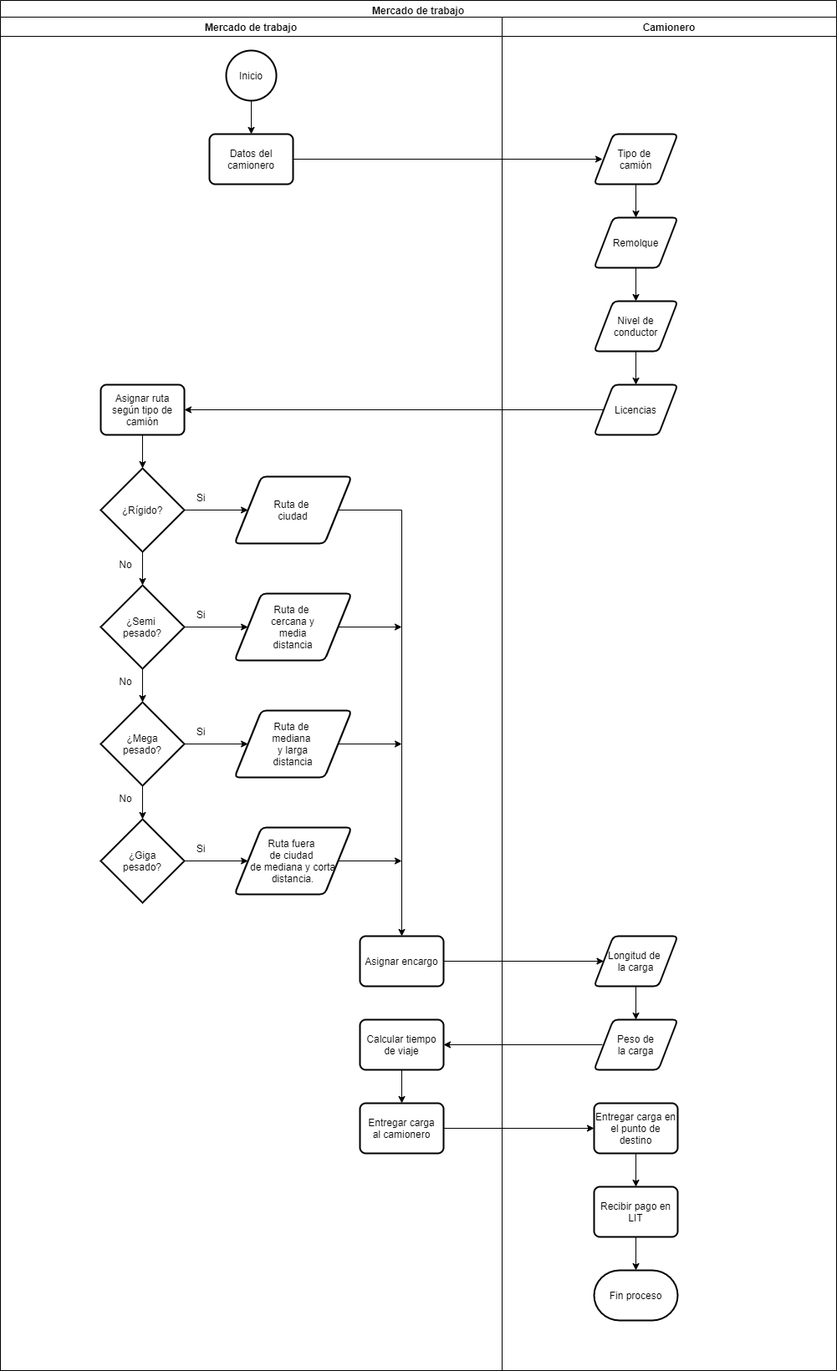
The draw.io diagram MercadoDeTrabajo.png in JuanLuisCorrea/Diagramas-de-flujo-para-servicios---WoT, before a commit. Source tidied: cells renumbered, new cells last; positions are measured from the earlier drawing's top-left corner, leaving out a move shared by most shapes.
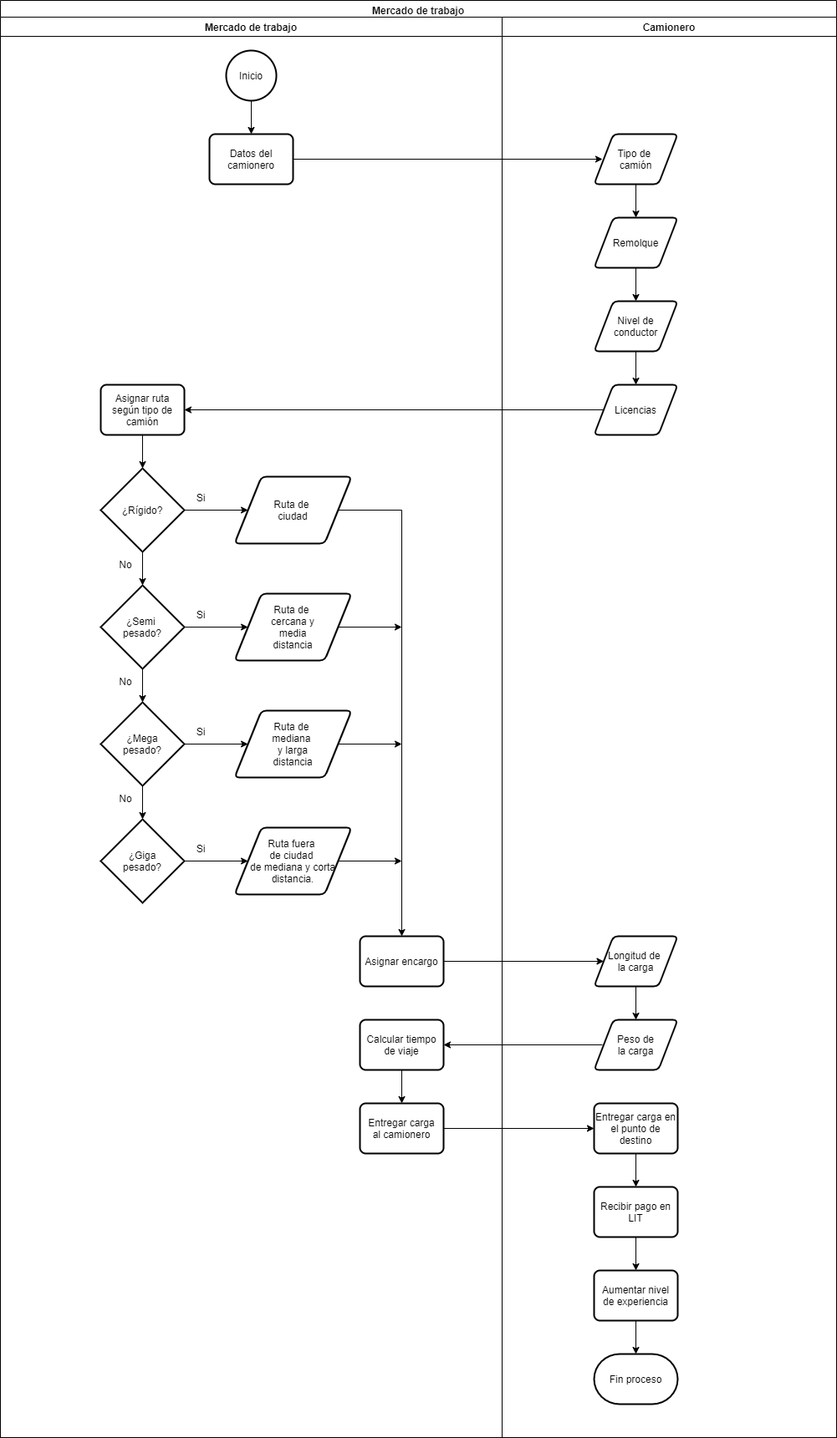
The same file after the commit.

Diff of the diagram source:
```diff
@@ -3,10 +3,10 @@
     <mxCell id="0" />
     <mxCell id="1" parent="0" />
     <mxCell id="2" value="Mercado de trabajo" style="swimlane;" parent="1" vertex="1">
-      <mxGeometry width="1000" height="1640" as="geometry" />
+      <mxGeometry width="1000" height="1720" as="geometry" />
     </mxCell>
     <mxCell id="3" value="Mercado de trabajo" style="swimlane;" parent="2" vertex="1">
-      <mxGeometry y="20" width="600" height="1620" as="geometry" />
+      <mxGeometry y="20" width="600" height="1700" as="geometry" />
     </mxCell>
     <mxCell id="4" style="edgeStyle=orthogonalEdgeStyle;rounded=0;jettySize=auto;html=1;exitX=0.5;exitY=1;exitDx=0;exitDy=0;exitPerimeter=0;entryX=0.5;entryY=0;entryDx=0;entryDy=0;" parent="3" edge="1" source="5" target="6">
       <mxGeometry relative="1" as="geometry" />
@@ -124,7 +124,7 @@
       <mxGeometry x="430" y="1300" width="100" height="60" as="geometry" />
     </mxCell>
     <mxCell id="39" value="Camionero" style="swimlane;" parent="2" vertex="1">
-      <mxGeometry x="600" y="20" width="400" height="1620" as="geometry" />
+      <mxGeometry x="600" y="20" width="400" height="1700" as="geometry" />
     </mxCell>
     <mxCell id="40" style="edgeStyle=orthogonalEdgeStyle;rounded=0;jettySize=auto;html=1;exitX=0.5;exitY=1;exitDx=0;exitDy=0;entryX=0.5;entryY=0;entryDx=0;entryDy=0;" parent="39" edge="1" source="41" target="43">
       <mxGeometry relative="1" as="geometry" />
@@ -162,14 +162,22 @@
     <mxCell id="51" value="Entregar carga en&lt;br&gt;el punto de destino" style="rounded=1;whiteSpace=wrap;html=1;absoluteArcSize=1;arcSize=14;strokeWidth=2;" parent="39" vertex="1">
       <mxGeometry x="110" y="1300" width="100" height="60" as="geometry" />
     </mxCell>
-    <mxCell id="52" style="edgeStyle=orthogonalEdgeStyle;rounded=0;jettySize=auto;html=1;exitX=0.5;exitY=1;exitDx=0;exitDy=0;entryX=0.5;entryY=0;entryDx=0;entryDy=0;entryPerimeter=0;" parent="39" edge="1" source="53" target="54">
-      <mxGeometry relative="1" as="geometry" />
+    <mxCell id="52" style="edgeStyle=orthogonalEdgeStyle;rounded=0;jettySize=auto;html=1;exitX=0.5;exitY=1;exitDx=0;exitDy=0;entryX=0.5;entryY=0;entryDx=0;entryDy=0;entryPerimeter=0;" parent="39" edge="1" source="53">
+      <mxGeometry relative="1" as="geometry">
+        <mxPoint x="160" y="1500" as="targetPoint" />
+      </mxGeometry>
     </mxCell>
     <mxCell id="53" value="Recibir pago en LIT" style="rounded=1;whiteSpace=wrap;html=1;absoluteArcSize=1;arcSize=14;strokeWidth=2;" parent="39" vertex="1">
       <mxGeometry x="110" y="1400" width="100" height="60" as="geometry" />
     </mxCell>
+    <mxCell id="60" style="edgeStyle=orthogonalEdgeStyle;rounded=0;jettySize=auto;html=1;exitX=0.5;exitY=1;exitDx=0;exitDy=0;entryX=0.5;entryY=0;entryDx=0;entryDy=0;entryPerimeter=0;" parent="39" edge="1" source="61" target="54">
+      <mxGeometry relative="1" as="geometry" />
+    </mxCell>
+    <mxCell id="61" value="Aumentar nivel&lt;br&gt;de experiencia" style="rounded=1;whiteSpace=wrap;html=1;absoluteArcSize=1;arcSize=14;strokeWidth=2;" parent="39" vertex="1">
+      <mxGeometry x="110" y="1500" width="100" height="60" as="geometry" />
+    </mxCell>
     <mxCell id="54" value="Fin proceso" style="strokeWidth=2;html=1;shape=mxgraph.flowchart.terminator;whiteSpace=wrap;" parent="39" vertex="1">
-      <mxGeometry x="110" y="1500" width="100" height="60" as="geometry" />
+      <mxGeometry x="110" y="1600" width="100" height="60" as="geometry" />
     </mxCell>
     <mxCell id="55" style="edgeStyle=orthogonalEdgeStyle;rounded=0;jettySize=auto;html=1;exitX=1;exitY=0.5;exitDx=0;exitDy=0;" parent="2" edge="1" source="6">
       <mxGeometry relative="1" as="geometry">
```
